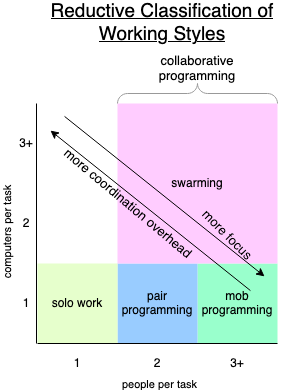
The draw.io diagram src/assets/blog/working-styles.png in alexanderbird/alexanderbird.software, before a commit. Source tidied: cells renumbered, new cells last; positions are measured from the earlier drawing's top-left corner, leaving out a move shared by most shapes. The source it was exported from:
```xml
<mxGraphModel>
  <root>
    <mxCell id="0" />
    <mxCell id="1" parent="0" />
    <mxCell id="2" value="&lt;div&gt;mob&lt;/div&gt;&lt;div&gt;programming&lt;br&gt;&lt;/div&gt;" style="rounded=0;whiteSpace=wrap;html=1;strokeColor=none;fillColor=#99FFCC;" parent="1" vertex="1">
      <mxGeometry x="181" y="250" width="80" height="80" as="geometry" />
    </mxCell>
    <mxCell id="3" value="&lt;div&gt;pair&lt;/div&gt;&lt;div&gt;programming&lt;br&gt;&lt;/div&gt;" style="rounded=0;whiteSpace=wrap;html=1;strokeColor=none;fillColor=#99CCFF;" parent="1" vertex="1">
      <mxGeometry x="101" y="250" width="80" height="80" as="geometry" />
    </mxCell>
    <mxCell id="4" value="solo work" style="rounded=0;whiteSpace=wrap;html=1;strokeColor=none;fillColor=#E6FFCC;" parent="1" vertex="1">
      <mxGeometry x="21" y="250" width="80" height="80" as="geometry" />
    </mxCell>
    <mxCell id="5" style="endArrow=none;html=1;" parent="1" edge="1">
      <mxGeometry relative="1" as="geometry">
        <mxPoint x="20" y="330" as="sourcePoint" />
        <mxPoint x="20" y="90" as="targetPoint" />
      </mxGeometry>
    </mxCell>
    <mxCell id="6" style="endArrow=none;html=1;strokeWidth=1;" parent="1" edge="1">
      <mxGeometry relative="1" as="geometry">
        <mxPoint x="21" y="330" as="sourcePoint" />
        <mxPoint x="261" y="330" as="targetPoint" />
      </mxGeometry>
    </mxCell>
    <mxCell id="7" value="people per task" style="edgeLabel;html=1;align=center;verticalAlign=middle;" parent="6" vertex="1">
      <mxGeometry x="0.01" y="1" relative="1" as="geometry">
        <mxPoint y="41" as="offset" />
      </mxGeometry>
    </mxCell>
    <mxCell id="8" value="computers per task" style="edgeLabel;html=1;align=center;verticalAlign=middle;rotation=-90;" parent="6" vertex="1">
      <mxGeometry x="0.01" y="1" relative="1" as="geometry">
        <mxPoint x="-152" y="-109" as="offset" />
      </mxGeometry>
    </mxCell>
    <mxCell id="9" value="1" style="text;html=1;strokeColor=none;fillColor=none;align=center;verticalAlign=middle;whiteSpace=wrap;rounded=0;" parent="1" vertex="1">
      <mxGeometry x="41" y="340" width="40" height="20" as="geometry" />
    </mxCell>
    <mxCell id="10" value="2" style="text;html=1;strokeColor=none;fillColor=none;align=center;verticalAlign=middle;whiteSpace=wrap;rounded=0;" parent="1" vertex="1">
      <mxGeometry x="121" y="340" width="40" height="20" as="geometry" />
    </mxCell>
    <mxCell id="11" value="3+" style="text;html=1;strokeColor=none;fillColor=none;align=center;verticalAlign=middle;whiteSpace=wrap;rounded=0;" parent="1" vertex="1">
      <mxGeometry x="201" y="340" width="40" height="20" as="geometry" />
    </mxCell>
    <mxCell id="12" value="1" style="text;html=1;strokeColor=none;fillColor=none;align=center;verticalAlign=middle;whiteSpace=wrap;rounded=0;" parent="1" vertex="1">
      <mxGeometry y="280" width="20" height="20" as="geometry" />
    </mxCell>
    <mxCell id="13" value="2" style="text;html=1;strokeColor=none;fillColor=none;align=center;verticalAlign=middle;whiteSpace=wrap;rounded=0;" parent="1" vertex="1">
      <mxGeometry y="200" width="20" height="20" as="geometry" />
    </mxCell>
    <mxCell id="14" value="3+" style="text;html=1;strokeColor=none;fillColor=none;align=center;verticalAlign=middle;whiteSpace=wrap;rounded=0;" parent="1" vertex="1">
      <mxGeometry y="120" width="20" height="20" as="geometry" />
    </mxCell>
    <mxCell id="15" value="swarming" style="rounded=0;whiteSpace=wrap;html=1;strokeColor=none;fillColor=#FFCCFF;" parent="1" vertex="1">
      <mxGeometry x="101" y="90" width="160" height="160" as="geometry" />
    </mxCell>
    <mxCell id="16" style="endArrow=classic;html=1;entryX=1;entryY=0;entryDx=0;entryDy=0;exitX=1;exitY=0;exitDx=0;exitDy=0;" parent="1" edge="1" source="18" target="19">
      <mxGeometry relative="1" as="geometry" />
    </mxCell>
    <mxCell id="17" value="more focus" style="edgeLabel;html=1;align=center;verticalAlign=middle;labelBackgroundColor=none;fontSize=13;rotation=45;" parent="16" vertex="1">
      <mxGeometry x="-0.21" y="1" relative="1" as="geometry">
        <mxPoint x="83" y="55" as="offset" />
      </mxGeometry>
    </mxCell>
    <mxCell id="18" style="ellipse;whiteSpace=wrap;html=1;labelBackgroundColor=none;fontSize=13;strokeColor=none;fillColor=none;" parent="1" vertex="1">
      <mxGeometry x="31" y="100" width="20" height="20" as="geometry" />
    </mxCell>
    <mxCell id="19" style="ellipse;whiteSpace=wrap;html=1;labelBackgroundColor=none;fontSize=13;strokeColor=none;fillColor=none;" parent="1" vertex="1">
      <mxGeometry x="231" y="260" width="20" height="20" as="geometry" />
    </mxCell>
    <mxCell id="20" style="endArrow=classic;html=1;entryX=0;entryY=1;entryDx=0;entryDy=0;exitX=0;exitY=1;exitDx=0;exitDy=0;" parent="1" edge="1" source="19" target="18">
      <mxGeometry relative="1" as="geometry" />
    </mxCell>
    <mxCell id="21" value="more coordination overhead" style="edgeLabel;html=1;align=center;verticalAlign=middle;labelBackgroundColor=none;fontSize=13;rotation=40;" parent="20" vertex="1">
      <mxGeometry x="-0.21" y="1" relative="1" as="geometry">
        <mxPoint x="-43" y="-25" as="offset" />
      </mxGeometry>
    </mxCell>
    <mxCell id="22" style="verticalLabelPosition=bottom;shadow=0;dashed=0;align=center;html=1;verticalAlign=top;strokeWidth=1;shape=mxgraph.mockup.markup.curlyBrace;strokeColor=#999999;labelBackgroundColor=none;fontSize=13;fillColor=none;" parent="1" vertex="1">
      <mxGeometry x="101" y="70" width="160" height="20" as="geometry" />
    </mxCell>
    <mxCell id="23" value="collaborative programming" style="text;html=1;strokeColor=none;fillColor=none;align=center;verticalAlign=middle;whiteSpace=wrap;rounded=0;labelBackgroundColor=none;fontSize=13;" parent="1" vertex="1">
      <mxGeometry x="106" y="45" width="150" height="20" as="geometry" />
    </mxCell>
    <mxCell id="24" value="Reductive Classification of Working Styles" style="text;html=1;strokeColor=none;fillColor=none;align=center;verticalAlign=middle;whiteSpace=wrap;rounded=0;labelBackgroundColor=none;fontSize=19;fontStyle=4;" parent="1" vertex="1">
      <mxGeometry x="21" width="250" height="20" as="geometry" />
    </mxCell>
  </root>
</mxGraphModel>
```
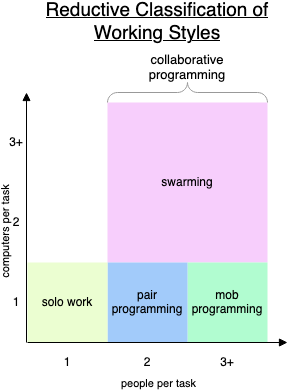
The same file after the commit.

Commit message:
Update working styles charts; make images on blog more responsive

The edit, as a diff of the source:
```diff
@@ -2,25 +2,28 @@
   <root>
     <mxCell id="0" />
     <mxCell id="1" parent="0" />
+    <mxCell id="15" value="swarming" style="rounded=0;whiteSpace=wrap;html=1;strokeWidth=3;verticalAlign=middle;fillColor=#F7CEFC;strokeColor=none;" parent="1" vertex="1">
+      <mxGeometry x="101" y="90" width="160" height="160" as="geometry" />
+    </mxCell>
-    <mxCell id="2" value="&lt;div&gt;mob&lt;/div&gt;&lt;div&gt;programming&lt;br&gt;&lt;/div&gt;" style="rounded=0;whiteSpace=wrap;html=1;strokeColor=none;fillColor=#99FFCC;" parent="1" vertex="1">
+    <mxCell id="2" value="&lt;div&gt;mob&lt;/div&gt;&lt;div&gt;programming&lt;br&gt;&lt;/div&gt;" style="rounded=0;whiteSpace=wrap;html=1;strokeWidth=3;fillColor=#B1FCD0;strokeColor=none;" parent="1" vertex="1">
       <mxGeometry x="181" y="250" width="80" height="80" as="geometry" />
     </mxCell>
-    <mxCell id="3" value="&lt;div&gt;pair&lt;/div&gt;&lt;div&gt;programming&lt;br&gt;&lt;/div&gt;" style="rounded=0;whiteSpace=wrap;html=1;strokeColor=none;fillColor=#99CCFF;" parent="1" vertex="1">
+    <mxCell id="3" value="&lt;div&gt;pair&lt;/div&gt;&lt;div&gt;programming&lt;br&gt;&lt;/div&gt;" style="rounded=0;whiteSpace=wrap;html=1;strokeWidth=3;fillColor=#A2CBFA;strokeColor=none;" parent="1" vertex="1">
       <mxGeometry x="101" y="250" width="80" height="80" as="geometry" />
     </mxCell>
-    <mxCell id="4" value="solo work" style="rounded=0;whiteSpace=wrap;html=1;strokeColor=none;fillColor=#E6FFCC;" parent="1" vertex="1">
+    <mxCell id="4" value="solo work" style="rounded=0;whiteSpace=wrap;html=1;strokeWidth=3;fillColor=#EBFED1;strokeColor=none;" parent="1" vertex="1">
       <mxGeometry x="21" y="250" width="80" height="80" as="geometry" />
     </mxCell>
-    <mxCell id="5" style="endArrow=none;html=1;" parent="1" edge="1">
+    <mxCell id="5" style="endArrow=block;html=1;targetPerimeterSpacing=0;sourcePerimeterSpacing=0;endFill=1;" parent="1" edge="1">
       <mxGeometry relative="1" as="geometry">
         <mxPoint x="20" y="330" as="sourcePoint" />
-        <mxPoint x="20" y="90" as="targetPoint" />
+        <mxPoint x="20" y="80" as="targetPoint" />
       </mxGeometry>
     </mxCell>
-    <mxCell id="6" style="endArrow=none;html=1;strokeWidth=1;" parent="1" edge="1">
+    <mxCell id="6" style="endArrow=block;html=1;strokeWidth=1;endFill=1;" parent="1" edge="1">
       <mxGeometry relative="1" as="geometry">
         <mxPoint x="21" y="330" as="sourcePoint" />
-        <mxPoint x="261" y="330" as="targetPoint" />
+        <mxPoint x="281" y="330" as="targetPoint" />
       </mxGeometry>
     </mxCell>
     <mxCell id="7" value="people per task" style="edgeLabel;html=1;align=center;verticalAlign=middle;" parent="6" vertex="1">
@@ -51,31 +54,12 @@
     <mxCell id="14" value="3+" style="text;html=1;strokeColor=none;fillColor=none;align=center;verticalAlign=middle;whiteSpace=wrap;rounded=0;" parent="1" vertex="1">
       <mxGeometry y="120" width="20" height="20" as="geometry" />
     </mxCell>
-    <mxCell id="15" value="swarming" style="rounded=0;whiteSpace=wrap;html=1;strokeColor=none;fillColor=#FFCCFF;" parent="1" vertex="1">
-      <mxGeometry x="101" y="90" width="160" height="160" as="geometry" />
-    </mxCell>
-    <mxCell id="16" style="endArrow=classic;html=1;entryX=1;entryY=0;entryDx=0;entryDy=0;exitX=1;exitY=0;exitDx=0;exitDy=0;" parent="1" edge="1" source="18" target="19">
-      <mxGeometry relative="1" as="geometry" />
-    </mxCell>
-    <mxCell id="17" value="more focus" style="edgeLabel;html=1;align=center;verticalAlign=middle;labelBackgroundColor=none;fontSize=13;rotation=45;" parent="16" vertex="1">
-      <mxGeometry x="-0.21" y="1" relative="1" as="geometry">
-        <mxPoint x="83" y="55" as="offset" />
-      </mxGeometry>
-    </mxCell>
     <mxCell id="18" style="ellipse;whiteSpace=wrap;html=1;labelBackgroundColor=none;fontSize=13;strokeColor=none;fillColor=none;" parent="1" vertex="1">
-      <mxGeometry x="31" y="100" width="20" height="20" as="geometry" />
+      <mxGeometry x="251" y="80" width="20" height="20" as="geometry" />
     </mxCell>
     <mxCell id="19" style="ellipse;whiteSpace=wrap;html=1;labelBackgroundColor=none;fontSize=13;strokeColor=none;fillColor=none;" parent="1" vertex="1">
-      <mxGeometry x="231" y="260" width="20" height="20" as="geometry" />
+      <mxGeometry x="21" y="280" width="20" height="20" as="geometry" />
     </mxCell>
-    <mxCell id="20" style="endArrow=classic;html=1;entryX=0;entryY=1;entryDx=0;entryDy=0;exitX=0;exitY=1;exitDx=0;exitDy=0;" parent="1" edge="1" source="19" target="18">
-      <mxGeometry relative="1" as="geometry" />
-    </mxCell>
-    <mxCell id="21" value="more coordination overhead" style="edgeLabel;html=1;align=center;verticalAlign=middle;labelBackgroundColor=none;fontSize=13;rotation=40;" parent="20" vertex="1">
-      <mxGeometry x="-0.21" y="1" relative="1" as="geometry">
-        <mxPoint x="-43" y="-25" as="offset" />
-      </mxGeometry>
-    </mxCell>
     <mxCell id="22" style="verticalLabelPosition=bottom;shadow=0;dashed=0;align=center;html=1;verticalAlign=top;strokeWidth=1;shape=mxgraph.mockup.markup.curlyBrace;strokeColor=#999999;labelBackgroundColor=none;fontSize=13;fillColor=none;" parent="1" vertex="1">
       <mxGeometry x="101" y="70" width="160" height="20" as="geometry" />
     </mxCell>
@@ -83,7 +67,10 @@
       <mxGeometry x="106" y="45" width="150" height="20" as="geometry" />
     </mxCell>
     <mxCell id="24" value="Reductive Classification of Working Styles" style="text;html=1;strokeColor=none;fillColor=none;align=center;verticalAlign=middle;whiteSpace=wrap;rounded=0;labelBackgroundColor=none;fontSize=19;fontStyle=4;" parent="1" vertex="1">
-      <mxGeometry x="21" width="250" height="20" as="geometry" />
+      <mxGeometry x="21" width="260" height="20" as="geometry" />
     </mxCell>
+    <mxCell id="25" style="ellipse;whiteSpace=wrap;html=1;strokeWidth=3;gradientColor=#FFFF0044;gradientDirection=north;strokeColor=none;fillColor=none;" parent="1" vertex="1">
+      <mxGeometry x="211" y="270" width="20" height="20" as="geometry" />
+    </mxCell>
   </root>
 </mxGraphModel>
```
